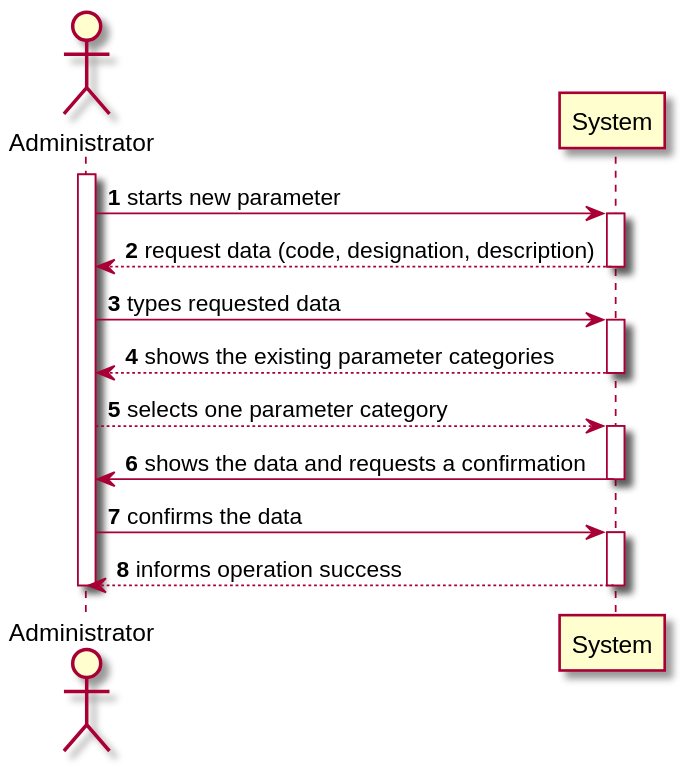
Earlier version of the PlantUML export docs/SprintB/US10/US10-SSD.svg (0franciscor/lei-21-s2-1de-g19). The source it was exported from:
```plantuml
@startuml

autonumber

actor Administrator as ADM
activate ADM

ADM -> System ++: starts new parameter
System --> ADM --: request data (code, designation, description)
ADM -> System ++: types requested data
System --> ADM --: shows the existing parameter categories
ADM --> System ++: selects one parameter category
System -> ADM --: shows the data and requests a confirmation
ADM -> System ++: confirms the data
System --> ADM --: informs operation success

deactivate ADM

@enduml
```
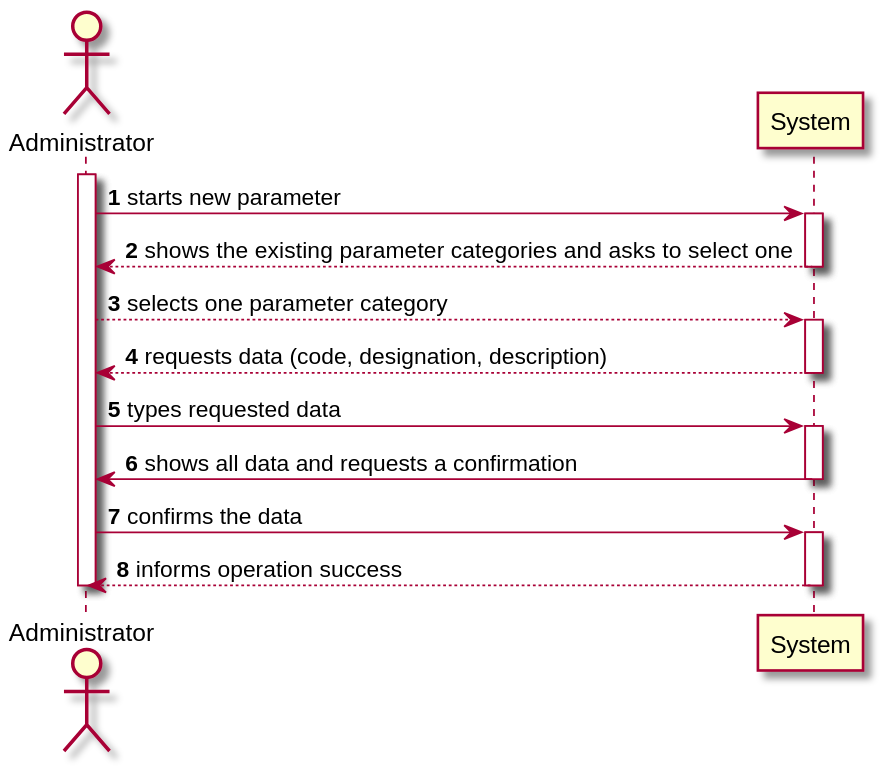
After the commit.

What changed in the source:
```diff
@@ -6,11 +6,11 @@
 activate ADM
 
 ADM -> System ++: starts new parameter
-System --> ADM --: request data (code, designation, description)
+System --> ADM --: shows the existing parameter categories and asks to select one
+ADM --> System ++: selects one parameter category
+System --> ADM --: requests data (code, designation, description)
 ADM -> System ++: types requested data
-System --> ADM --: shows the existing parameter categories
-ADM --> System ++: selects one parameter category
-System -> ADM --: shows the data and requests a confirmation
+System -> ADM --: shows all data and requests a confirmation
 ADM -> System ++: confirms the data
 System --> ADM --: informs operation success
 
```
